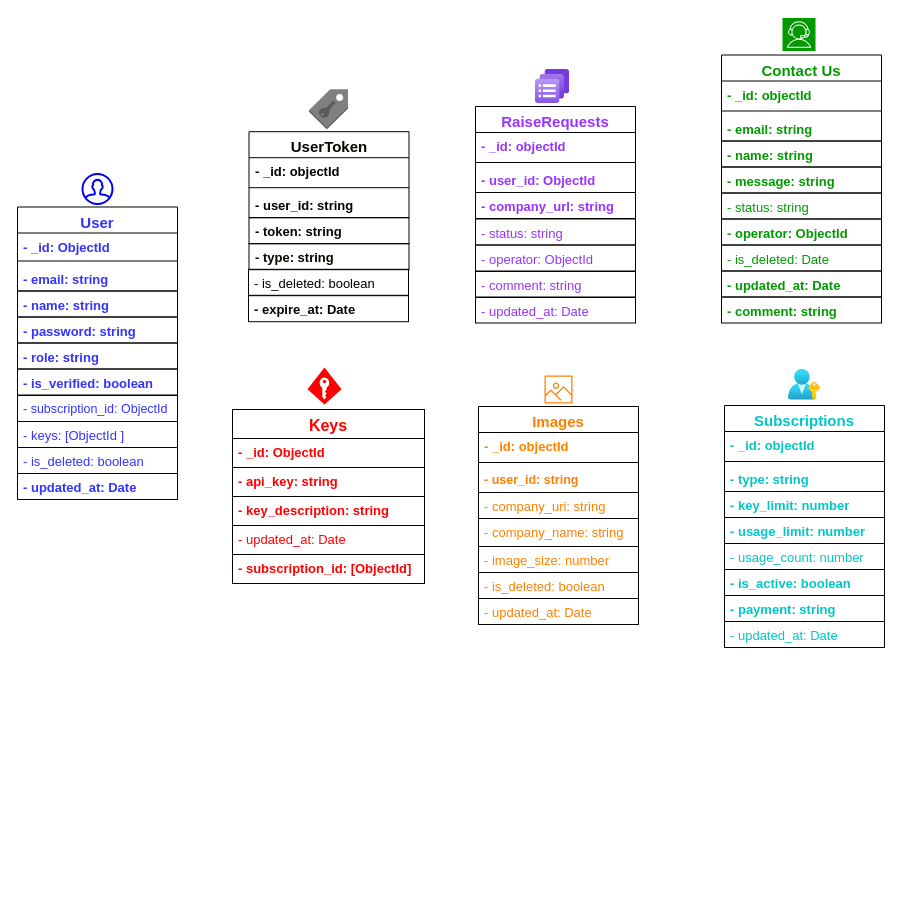
TeamShiksha/openlogo keeps this draw.io diagram as docs/openlogo_schema.drawio. Above is the earlier version. Source tidied: cells renumbered, new cells numbered last; positions are measured from the earlier drawing's top-left corner, leaving out a move shared by most shapes. Both pictures are drawn from the tidied source at 100%, with x=0, y=0 at pixel (17, 18). Pictures stored in the file or linked from it are replaced by grey dashed boxes.
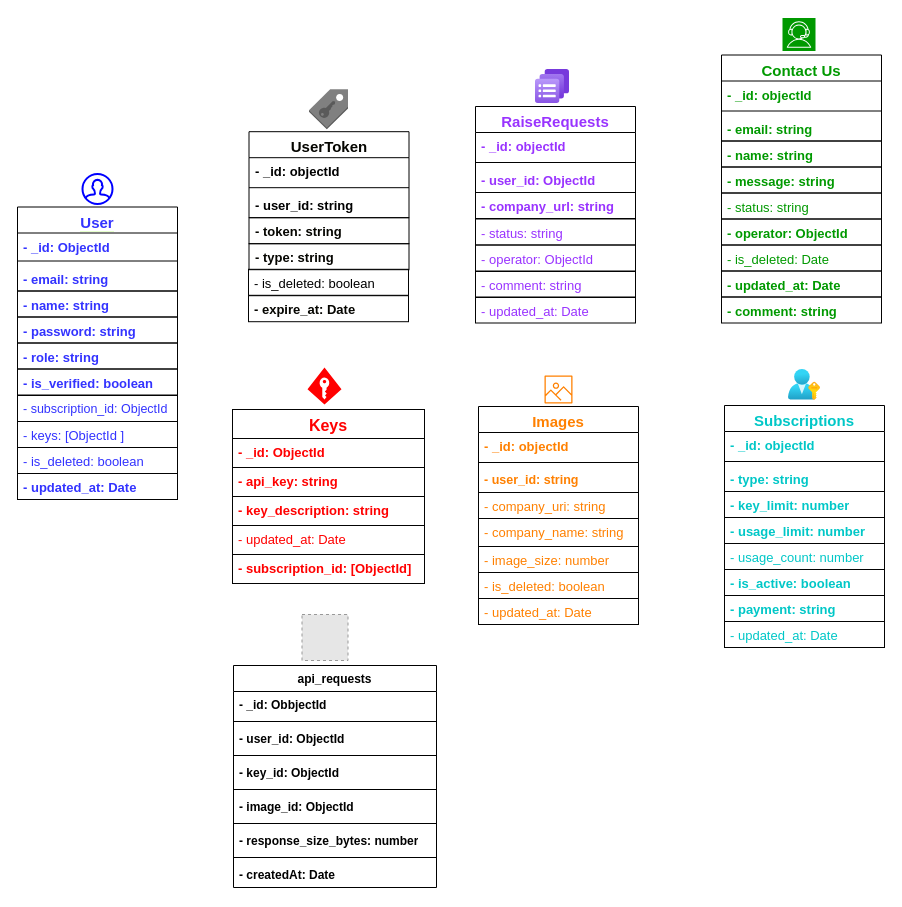
After the change.

Commit message (it also covers changes not shown here):
feat: added documentation in development.md, made model schema,updated postman collection.

What changed in the source:
```diff
@@
+    <mxCell id="77" value="&lt;span style=&quot;color: light-dark(rgb(0, 0, 0), rgb(255, 153, 255));&quot;&gt;api_requests&lt;/span&gt;" style="swimlane;fontStyle=1;align=center;verticalAlign=top;horizontal=1;startSize=26;whiteSpace=wrap;html=1;" parent="1" vertex="1">
+      <mxGeometry x="216" y="647" width="203" height="222" as="geometry" />
+    </mxCell>
+    <mxCell id="78" value="&lt;div&gt;&lt;b&gt;&lt;span style=&quot;color: light-dark(rgb(0, 0, 0), rgb(255, 153, 255));&quot;&gt;- _id: ObbjectId&lt;/span&gt;&lt;/b&gt;&lt;/div&gt;" style="text;strokeColor=none;fillColor=none;align=left;verticalAlign=top;spacingLeft=4;spacingRight=4;overflow=hidden;whiteSpace=wrap;html=1;" parent="77" vertex="1">
+      <mxGeometry y="26" width="203" height="26" as="geometry" />
+    </mxCell>
+    <mxCell id="79" style="line;strokeWidth=1;fillColor=none;align=left;verticalAlign=middle;spacingTop=-1;spacingLeft=3;spacingRight=3;labelPosition=right;strokeColor=inherit;" parent="77" vertex="1">
+      <mxGeometry y="52" width="203" height="8" as="geometry" />
+    </mxCell>
+    <mxCell id="80" value="&lt;b&gt;&lt;span style=&quot;color: light-dark(rgb(0, 0, 0), rgb(255, 153, 255));&quot;&gt;- user_id: ObjectId&lt;/span&gt;&lt;/b&gt;" style="text;strokeColor=none;fillColor=none;align=left;verticalAlign=top;spacingLeft=4;spacingRight=4;overflow=hidden;whiteSpace=wrap;html=1;" parent="77" vertex="1">
+      <mxGeometry y="60" width="203" height="26" as="geometry" />
+    </mxCell>
+    <mxCell id="81" style="line;strokeWidth=1;fillColor=none;align=left;verticalAlign=middle;spacingTop=-1;spacingLeft=3;spacingRight=3;labelPosition=right;strokeColor=inherit;" parent="77" vertex="1">
+      <mxGeometry y="86" width="203" height="8" as="geometry" />
+    </mxCell>
+    <mxCell id="82" value="&lt;b&gt;&lt;span style=&quot;color: light-dark(rgb(0, 0, 0), rgb(255, 153, 255));&quot;&gt;- key_id: ObjectId&lt;/span&gt;&lt;/b&gt;" style="text;strokeColor=none;fillColor=none;align=left;verticalAlign=top;spacingLeft=4;spacingRight=4;overflow=hidden;whiteSpace=wrap;html=1;" parent="77" vertex="1">
+      <mxGeometry y="94" width="203" height="26" as="geometry" />
+    </mxCell>
+    <mxCell id="83" style="line;strokeWidth=1;fillColor=none;align=left;verticalAlign=middle;spacingTop=-1;spacingLeft=3;spacingRight=3;labelPosition=right;strokeColor=inherit;" parent="77" vertex="1">
+      <mxGeometry y="120" width="203" height="8" as="geometry" />
+    </mxCell>
+    <mxCell id="84" value="&lt;b&gt;&lt;span style=&quot;color: light-dark(rgb(0, 0, 0), rgb(255, 153, 255));&quot;&gt;- image_id: ObjectId&lt;/span&gt;&lt;/b&gt;" style="text;strokeColor=none;fillColor=none;align=left;verticalAlign=top;spacingLeft=4;spacingRight=4;overflow=hidden;whiteSpace=wrap;html=1;" parent="77" vertex="1">
+      <mxGeometry y="128" width="203" height="26" as="geometry" />
+    </mxCell>
+    <mxCell id="85" style="line;strokeWidth=1;fillColor=none;align=left;verticalAlign=middle;spacingTop=-1;spacingLeft=3;spacingRight=3;labelPosition=right;strokeColor=inherit;" parent="77" vertex="1">
+      <mxGeometry y="154" width="203" height="8" as="geometry" />
+    </mxCell>
+    <mxCell id="86" value="&lt;b&gt;&lt;span style=&quot;color: light-dark(rgb(0, 0, 0), rgb(255, 153, 255));&quot;&gt;- response_size_bytes: number&lt;/span&gt;&lt;/b&gt;" style="text;strokeColor=none;fillColor=none;align=left;verticalAlign=top;spacingLeft=4;spacingRight=4;overflow=hidden;whiteSpace=wrap;html=1;" parent="77" vertex="1">
+      <mxGeometry y="162" width="203" height="26" as="geometry" />
+    </mxCell>
+    <mxCell id="87" style="line;strokeWidth=1;fillColor=none;align=left;verticalAlign=middle;spacingTop=-1;spacingLeft=3;spacingRight=3;labelPosition=right;strokeColor=inherit;" parent="77" vertex="1">
+      <mxGeometry y="188" width="203" height="8" as="geometry" />
+    </mxCell>
+    <mxCell id="88" value="&lt;b&gt;&lt;span style=&quot;color: light-dark(rgb(0, 0, 0), rgb(255, 153, 255));&quot;&gt;- createdAt: Date&lt;/span&gt;&lt;/b&gt;" style="text;strokeColor=none;fillColor=none;align=left;verticalAlign=top;spacingLeft=4;spacingRight=4;overflow=hidden;whiteSpace=wrap;html=1;" parent="77" vertex="1">
+      <mxGeometry y="196" width="203" height="26" as="geometry" />
+    </mxCell>
+    <mxCell id="89" style="fillColor=#E6E6E6;strokeColor=#999999;dashed=1;html=1;verticalLabelPosition=bottom;verticalAlign=top;" parent="1" vertex="1">
+      <mxGeometry x="284.5" y="596" width="46" height="46" as="geometry" />
+    </mxCell>
```
